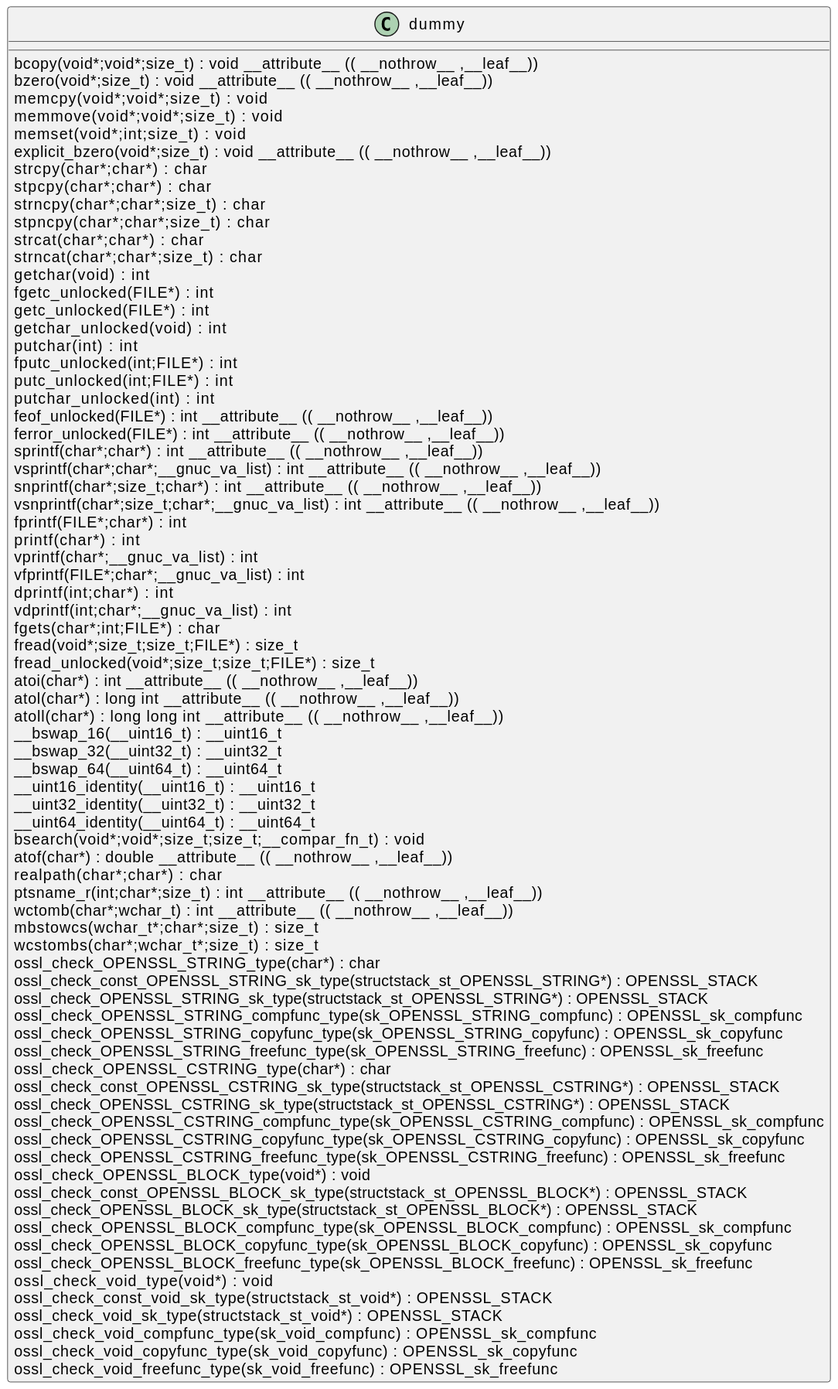
The PlantUML diagram docs/qc/ssl/statem/statem_dtls.c.svg in qualitesys/openssl, before a commit. Source of this version:
```plantuml
@startuml
!pragma layout smetana
class dummy {
bcopy(void*;void*;size_t) :  void  __attribute__ (( __nothrow__ ,__leaf__)) [[[./../../.././qc/ssl/statem/statem_dtls.c.html#340]]]
bzero(void*;size_t) :  void  __attribute__ (( __nothrow__ ,__leaf__)) [[[./../../.././qc/ssl/statem/statem_dtls.c.html#347]]]
memcpy(void*;void*;size_t) :  void  [[[./../../.././qc/ssl/statem/statem_dtls.c.html#388]]]
memmove(void*;void*;size_t) :  void  [[[./../../.././qc/ssl/statem/statem_dtls.c.html#396]]]
memset(void*;int;size_t) :  void  [[[./../../.././qc/ssl/statem/statem_dtls.c.html#403]]]
explicit_bzero(void*;size_t) :  void  __attribute__ (( __nothrow__ ,__leaf__)) [[[./../../.././qc/ssl/statem/statem_dtls.c.html#416]]]
strcpy(char*;char*) :  char  [[[./../../.././qc/ssl/statem/statem_dtls.c.html#423]]]
stpcpy(char*;char*) :  char  [[[./../../.././qc/ssl/statem/statem_dtls.c.html#430]]]
strncpy(char*;char*;size_t) :  char  [[[./../../.././qc/ssl/statem/statem_dtls.c.html#438]]]
stpncpy(char*;char*;size_t) :  char  [[[./../../.././qc/ssl/statem/statem_dtls.c.html#448]]]
strcat(char*;char*) :  char  [[[./../../.././qc/ssl/statem/statem_dtls.c.html#455]]]
strncat(char*;char*;size_t) :  char  [[[./../../.././qc/ssl/statem/statem_dtls.c.html#462]]]
getchar(void) :  int  [[[./../../.././qc/ssl/statem/statem_dtls.c.html#1177]]]
fgetc_unlocked(FILE*) :  int  [[[./../../.././qc/ssl/statem/statem_dtls.c.html#1186]]]
getc_unlocked(FILE*) :  int  [[[./../../.././qc/ssl/statem/statem_dtls.c.html#1196]]]
getchar_unlocked(void) :  int  [[[./../../.././qc/ssl/statem/statem_dtls.c.html#1203]]]
putchar(int) :  int  [[[./../../.././qc/ssl/statem/statem_dtls.c.html#1212]]]
fputc_unlocked(int;FILE*) :  int  [[[./../../.././qc/ssl/statem/statem_dtls.c.html#1221]]]
putc_unlocked(int;FILE*) :  int  [[[./../../.././qc/ssl/statem/statem_dtls.c.html#1231]]]
putchar_unlocked(int) :  int  [[[./../../.././qc/ssl/statem/statem_dtls.c.html#1238]]]
feof_unlocked(FILE*) :  int  __attribute__ (( __nothrow__ ,__leaf__)) [[[./../../.././qc/ssl/statem/statem_dtls.c.html#1244]]]
ferror_unlocked(FILE*) :  int  __attribute__ (( __nothrow__ ,__leaf__)) [[[./../../.././qc/ssl/statem/statem_dtls.c.html#1251]]]
sprintf(char*;char*) :  int  __attribute__ (( __nothrow__ ,__leaf__)) [[[./../../.././qc/ssl/statem/statem_dtls.c.html#1270]]]
vsprintf(char*;char*;__gnuc_va_list) :  int  __attribute__ (( __nothrow__ ,__leaf__)) [[[./../../.././qc/ssl/statem/statem_dtls.c.html#1283]]]
snprintf(char*;size_t;char*) :  int  __attribute__ (( __nothrow__ ,__leaf__)) [[[./../../.././qc/ssl/statem/statem_dtls.c.html#1302]]]
vsnprintf(char*;size_t;char*;__gnuc_va_list) :  int  __attribute__ (( __nothrow__ ,__leaf__)) [[[./../../.././qc/ssl/statem/statem_dtls.c.html#1316]]]
fprintf(FILE*;char*) :  int  [[[./../../.././qc/ssl/statem/statem_dtls.c.html#1337]]]
printf(char*) :  int  [[[./../../.././qc/ssl/statem/statem_dtls.c.html#1344]]]
vprintf(char*;__gnuc_va_list) :  int  [[[./../../.././qc/ssl/statem/statem_dtls.c.html#1356]]]
vfprintf(FILE*;char*;__gnuc_va_list) :  int  [[[./../../.././qc/ssl/statem/statem_dtls.c.html#1366]]]
dprintf(int;char*) :  int  [[[./../../.././qc/ssl/statem/statem_dtls.c.html#1381]]]
vdprintf(int;char*;__gnuc_va_list) :  int  [[[./../../.././qc/ssl/statem/statem_dtls.c.html#1392]]]
fgets(char*;int;FILE*) :  char  [[[./../../.././qc/ssl/statem/statem_dtls.c.html#1411]]]
fread(void*;size_t;size_t;FILE*) : size_t [[[./../../.././qc/ssl/statem/statem_dtls.c.html#1437]]]
fread_unlocked(void*;size_t;size_t;FILE*) : size_t [[[./../../.././qc/ssl/statem/statem_dtls.c.html#1464]]]
atoi(char*) :  int  __attribute__ (( __nothrow__ ,__leaf__)) [[[./../../.././qc/ssl/statem/statem_dtls.c.html#1790]]]
atol(char*) :  long  int  __attribute__ (( __nothrow__ ,__leaf__)) [[[./../../.././qc/ssl/statem/statem_dtls.c.html#1795]]]
atoll(char*) :  long  long  int  __attribute__ (( __nothrow__ ,__leaf__)) [[[./../../.././qc/ssl/statem/statem_dtls.c.html#1802]]]
__bswap_16(__uint16_t) : __uint16_t [[[./../../.././qc/ssl/statem/statem_dtls.c.html#1949]]]
__bswap_32(__uint32_t) : __uint32_t [[[./../../.././qc/ssl/statem/statem_dtls.c.html#1964]]]
__bswap_64(__uint64_t) : __uint64_t [[[./../../.././qc/ssl/statem/statem_dtls.c.html#1974]]]
__uint16_identity(__uint16_t) : __uint16_t [[[./../../.././qc/ssl/statem/statem_dtls.c.html#1986]]]
__uint32_identity(__uint32_t) : __uint32_t [[[./../../.././qc/ssl/statem/statem_dtls.c.html#1992]]]
__uint64_identity(__uint64_t) : __uint64_t [[[./../../.././qc/ssl/statem/statem_dtls.c.html#1998]]]
bsearch(void*;void*;size_t;size_t;__compar_fn_t) :  void  [[[./../../.././qc/ssl/statem/statem_dtls.c.html#2666]]]
atof(char*) :  double  __attribute__ (( __nothrow__ ,__leaf__)) [[[./../../.././qc/ssl/statem/statem_dtls.c.html#1]]]
realpath(char*;char*) :  char  [[[./../../.././qc/ssl/statem/statem_dtls.c.html#1]]]
ptsname_r(int;char*;size_t) :  int  __attribute__ (( __nothrow__ ,__leaf__)) [[[./../../.././qc/ssl/statem/statem_dtls.c.html#1]]]
wctomb(char*;wchar_t) :  int  __attribute__ (( __nothrow__ ,__leaf__)) [[[./../../.././qc/ssl/statem/statem_dtls.c.html#1]]]
mbstowcs(wchar_t*;char*;size_t) : size_t [[[./../../.././qc/ssl/statem/statem_dtls.c.html#1]]]
wcstombs(char*;wchar_t*;size_t) : size_t [[[./../../.././qc/ssl/statem/statem_dtls.c.html#1]]]
ossl_check_OPENSSL_STRING_type(char*) :  char  [[[./../../.././qc/ssl/statem/statem_dtls.c.html#1]]]
ossl_check_const_OPENSSL_STRING_sk_type(structstack_st_OPENSSL_STRING*) : OPENSSL_STACK [[[./../../.././qc/ssl/statem/statem_dtls.c.html#1]]]
ossl_check_OPENSSL_STRING_sk_type(structstack_st_OPENSSL_STRING*) : OPENSSL_STACK [[[./../../.././qc/ssl/statem/statem_dtls.c.html#1]]]
ossl_check_OPENSSL_STRING_compfunc_type(sk_OPENSSL_STRING_compfunc) : OPENSSL_sk_compfunc [[[./../../.././qc/ssl/statem/statem_dtls.c.html#1]]]
ossl_check_OPENSSL_STRING_copyfunc_type(sk_OPENSSL_STRING_copyfunc) : OPENSSL_sk_copyfunc [[[./../../.././qc/ssl/statem/statem_dtls.c.html#1]]]
ossl_check_OPENSSL_STRING_freefunc_type(sk_OPENSSL_STRING_freefunc) : OPENSSL_sk_freefunc [[[./../../.././qc/ssl/statem/statem_dtls.c.html#1]]]
ossl_check_OPENSSL_CSTRING_type(char*) :  char  [[[./../../.././qc/ssl/statem/statem_dtls.c.html#1]]]
ossl_check_const_OPENSSL_CSTRING_sk_type(structstack_st_OPENSSL_CSTRING*) : OPENSSL_STACK [[[./../../.././qc/ssl/statem/statem_dtls.c.html#1]]]
ossl_check_OPENSSL_CSTRING_sk_type(structstack_st_OPENSSL_CSTRING*) : OPENSSL_STACK [[[./../../.././qc/ssl/statem/statem_dtls.c.html#1]]]
ossl_check_OPENSSL_CSTRING_compfunc_type(sk_OPENSSL_CSTRING_compfunc) : OPENSSL_sk_compfunc [[[./../../.././qc/ssl/statem/statem_dtls.c.html#1]]]
ossl_check_OPENSSL_CSTRING_copyfunc_type(sk_OPENSSL_CSTRING_copyfunc) : OPENSSL_sk_copyfunc [[[./../../.././qc/ssl/statem/statem_dtls.c.html#1]]]
ossl_check_OPENSSL_CSTRING_freefunc_type(sk_OPENSSL_CSTRING_freefunc) : OPENSSL_sk_freefunc [[[./../../.././qc/ssl/statem/statem_dtls.c.html#1]]]
ossl_check_OPENSSL_BLOCK_type(void*) :  void  [[[./../../.././qc/ssl/statem/statem_dtls.c.html#1]]]
ossl_check_const_OPENSSL_BLOCK_sk_type(structstack_st_OPENSSL_BLOCK*) : OPENSSL_STACK [[[./../../.././qc/ssl/statem/statem_dtls.c.html#1]]]
ossl_check_OPENSSL_BLOCK_sk_type(structstack_st_OPENSSL_BLOCK*) : OPENSSL_STACK [[[./../../.././qc/ssl/statem/statem_dtls.c.html#1]]]
ossl_check_OPENSSL_BLOCK_compfunc_type(sk_OPENSSL_BLOCK_compfunc) : OPENSSL_sk_compfunc [[[./../../.././qc/ssl/statem/statem_dtls.c.html#1]]]
ossl_check_OPENSSL_BLOCK_copyfunc_type(sk_OPENSSL_BLOCK_copyfunc) : OPENSSL_sk_copyfunc [[[./../../.././qc/ssl/statem/statem_dtls.c.html#1]]]
ossl_check_OPENSSL_BLOCK_freefunc_type(sk_OPENSSL_BLOCK_freefunc) : OPENSSL_sk_freefunc [[[./../../.././qc/ssl/statem/statem_dtls.c.html#1]]]
ossl_check_void_type(void*) :  void  [[[./../../.././qc/ssl/statem/statem_dtls.c.html#1]]]
ossl_check_const_void_sk_type(structstack_st_void*) : OPENSSL_STACK [[[./../../.././qc/ssl/statem/statem_dtls.c.html#1]]]
ossl_check_void_sk_type(structstack_st_void*) : OPENSSL_STACK [[[./../../.././qc/ssl/statem/statem_dtls.c.html#1]]]
ossl_check_void_compfunc_type(sk_void_compfunc) : OPENSSL_sk_compfunc [[[./../../.././qc/ssl/statem/statem_dtls.c.html#1]]]
ossl_check_void_copyfunc_type(sk_void_copyfunc) : OPENSSL_sk_copyfunc [[[./../../.././qc/ssl/statem/statem_dtls.c.html#1]]]
ossl_check_void_freefunc_type(sk_void_freefunc) : OPENSSL_sk_freefunc [[[./../../.././qc/ssl/statem/statem_dtls.c.html#1]]]
}
@enduml
```
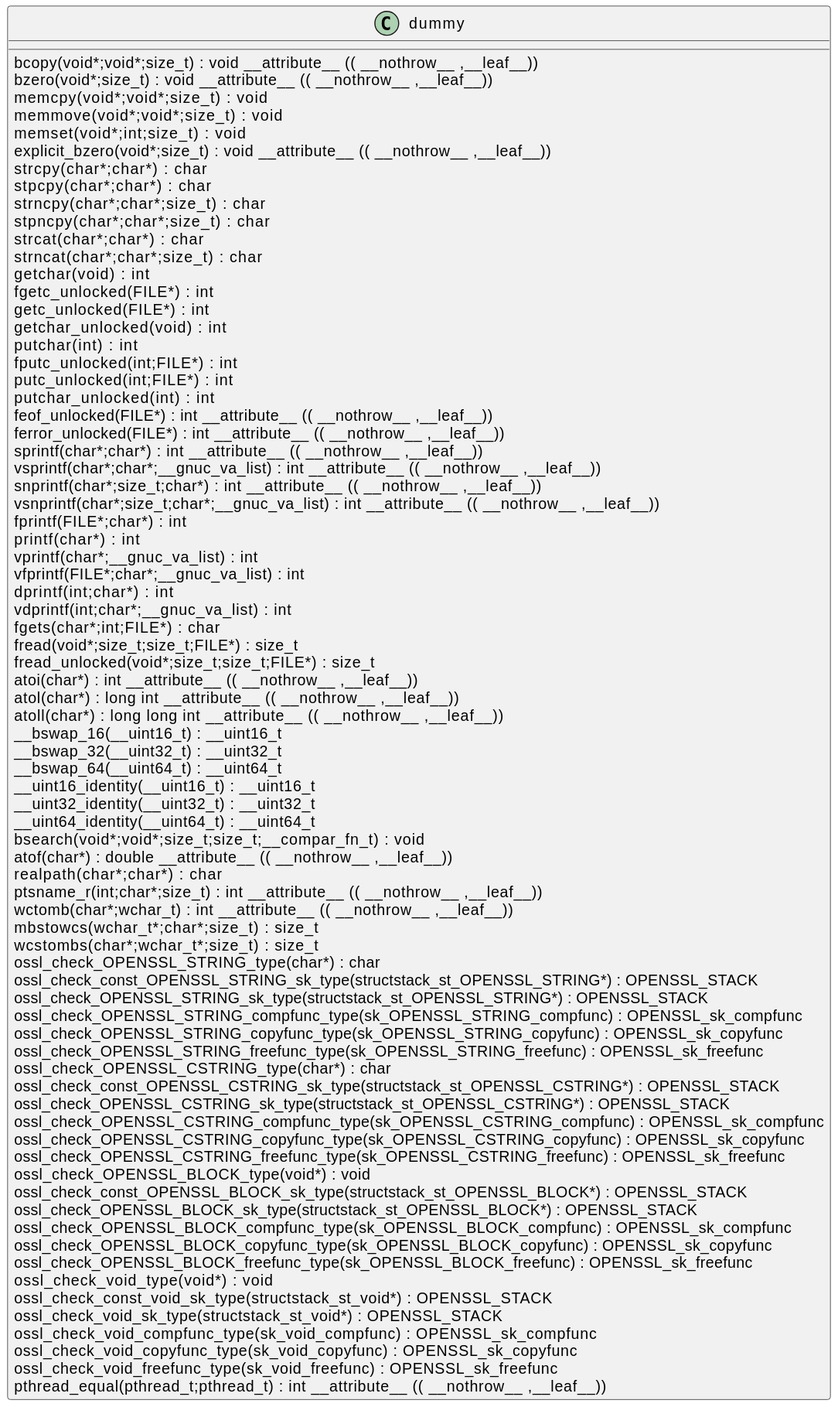
After the commit.

Change to the diagram source:
```diff
@@ -76,5 +76,6 @@
 ossl_check_void_compfunc_type(sk_void_compfunc) : OPENSSL_sk_compfunc [[[./../../.././qc/ssl/statem/statem_dtls.c.html#1]]]
 ossl_check_void_copyfunc_type(sk_void_copyfunc) : OPENSSL_sk_copyfunc [[[./../../.././qc/ssl/statem/statem_dtls.c.html#1]]]
 ossl_check_void_freefunc_type(sk_void_freefunc) : OPENSSL_sk_freefunc [[[./../../.././qc/ssl/statem/statem_dtls.c.html#1]]]
+pthread_equal(pthread_t;pthread_t) :  int  __attribute__ (( __nothrow__ ,__leaf__)) [[[./../../.././qc/ssl/statem/statem_dtls.c.html#1]]]
 }
 @enduml
```
